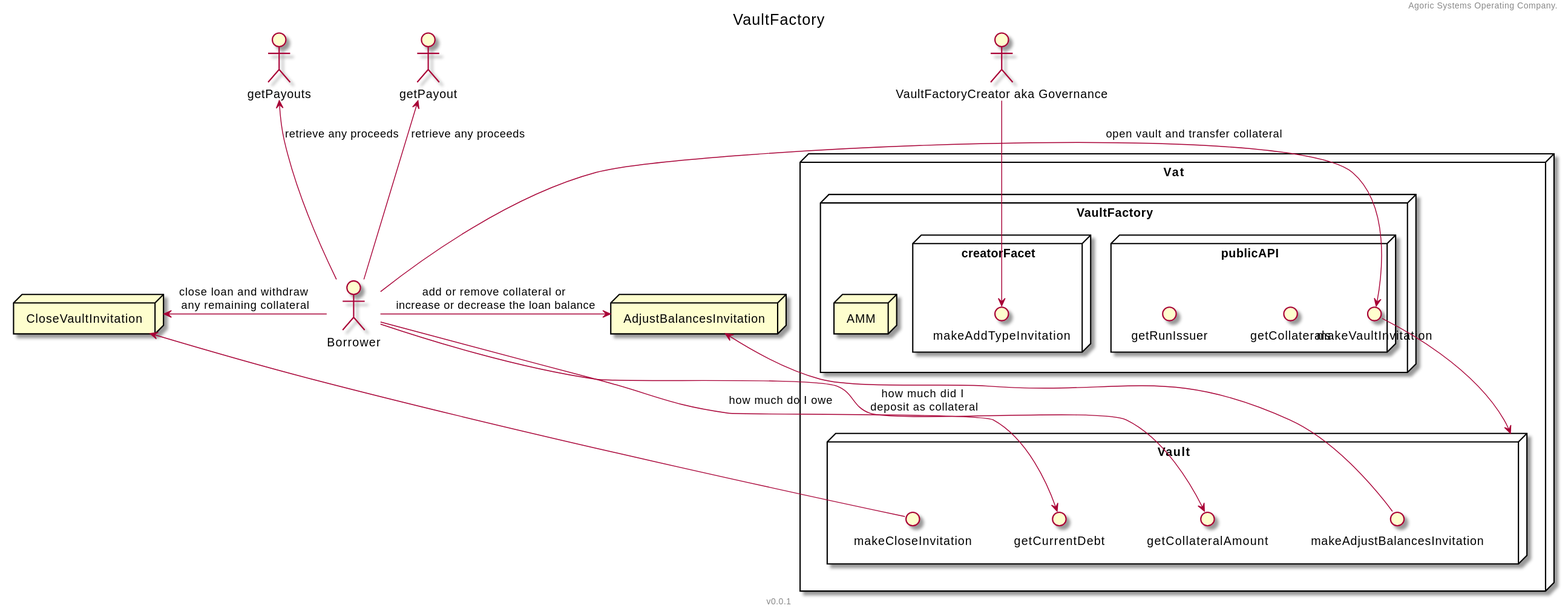
This is docs/threat_models/vaultFactory/VaultFactory.svg from Agoric/agoric-sdk, a PlantUML export, as it was before one commit. The source it was exported from:
```plantuml
@startuml VaultFactory
header Agoric Systems Operating Company.
footer v0.0.1
title VaultFactory

skinparam componentStyle rectangle
skinparam defaultTextAlignment center


actor "VaultFactoryCreator aka Governance" as vfc

actor Borrower

node AdjustBalancesInvitation
node "CloseVaultInvitation"

node "Vat" {
    node VaultFactory {
        node AMM
        node "publicAPI" {
            circle getCollaterals
            circle makeVaultInvitation
            circle getRunIssuer
        }
        node "creatorFacet" {
            circle makeAddTypeInvitation
        }
    }
    node "Vault" {
        circle makeCloseInvitation
        makeCloseInvitation -u-> CloseVaultInvitation
        circle makeAdjustBalancesInvitation
        makeAdjustBalancesInvitation -u-> AdjustBalancesInvitation
        circle getCollateralAmount
        circle getCurrentDebt
    }
}
Borrower -> makeVaultInvitation: open vault and transfer collateral
makeVaultInvitation -d-> Vault
Borrower -u-> getPayout: retrieve any proceeds
Borrower -u-> getPayouts: retrieve any proceeds
Borrower -> AdjustBalancesInvitation: add or remove collateral or \nincrease or decrease the loan balance
Borrower -l-> CloseVaultInvitation: close loan and withdraw \nany remaining collateral
vfc -d-> makeAddTypeInvitation
Borrower -d-> getCurrentDebt: how much do I owe
Borrower -d-> getCollateralAmount: how much did I \ndeposit as collateral

@enduml
```
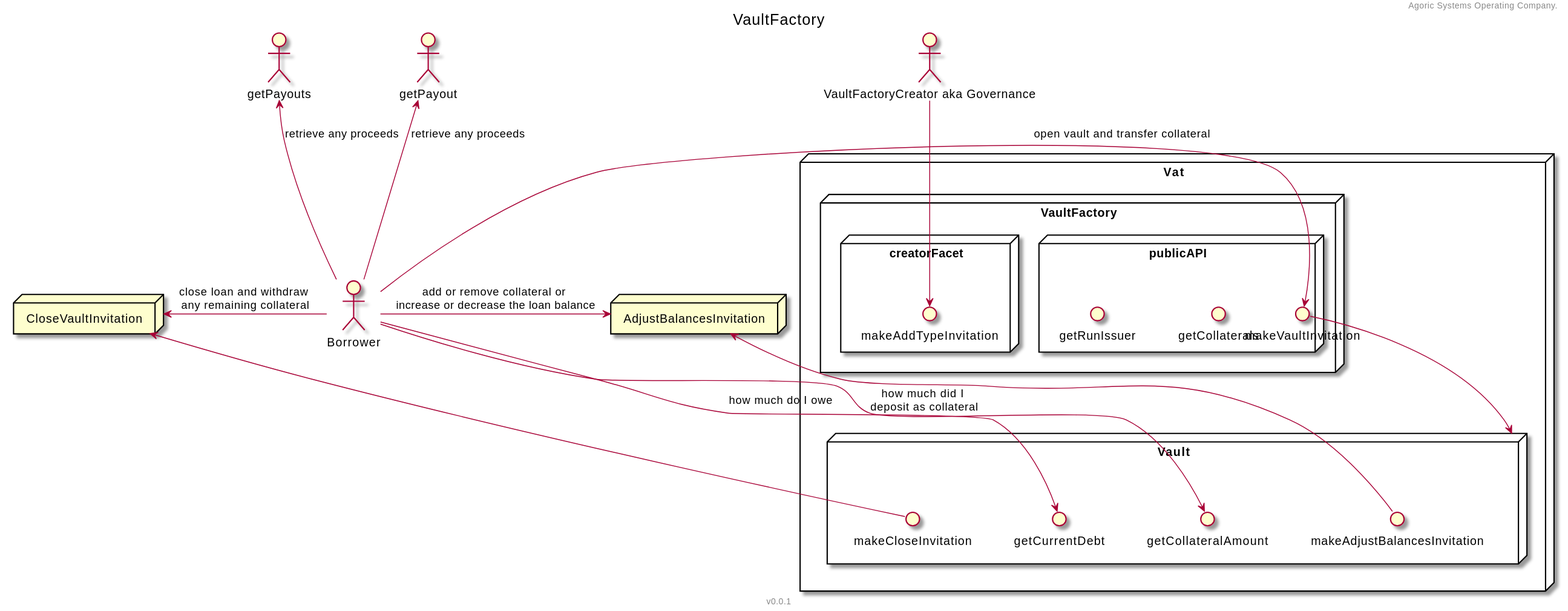
Later version of the same file.

The edit, as a diff of the source:
```diff
@@ -16,7 +16,6 @@
 
 node "Vat" {
     node VaultFactory {
-        node AMM
         node "publicAPI" {
             circle getCollaterals
             circle makeVaultInvitation
```
